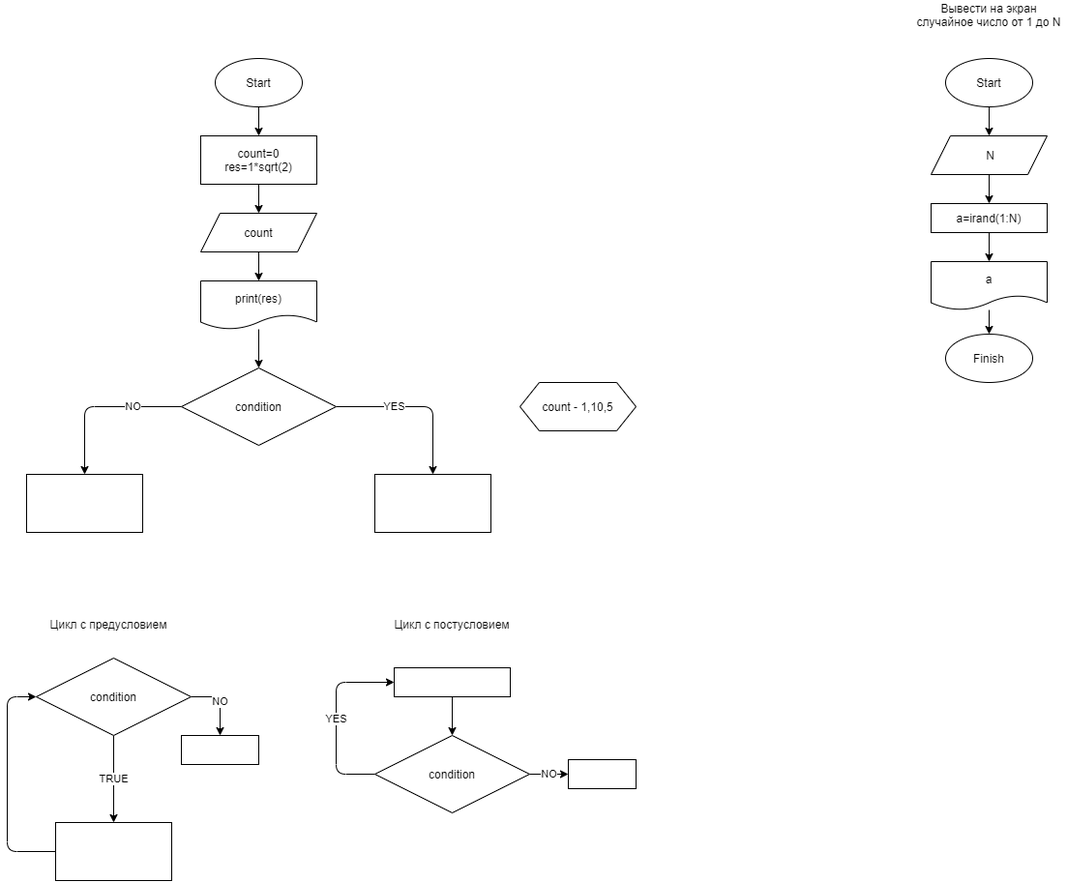
Before: ex000.drawio.png, a diagram exported from draw.io (Svetabtr/Practice). Source tidied: cells renumbered, new cells last; positions are measured from the earlier drawing's top-left corner, leaving out a move shared by most shapes.
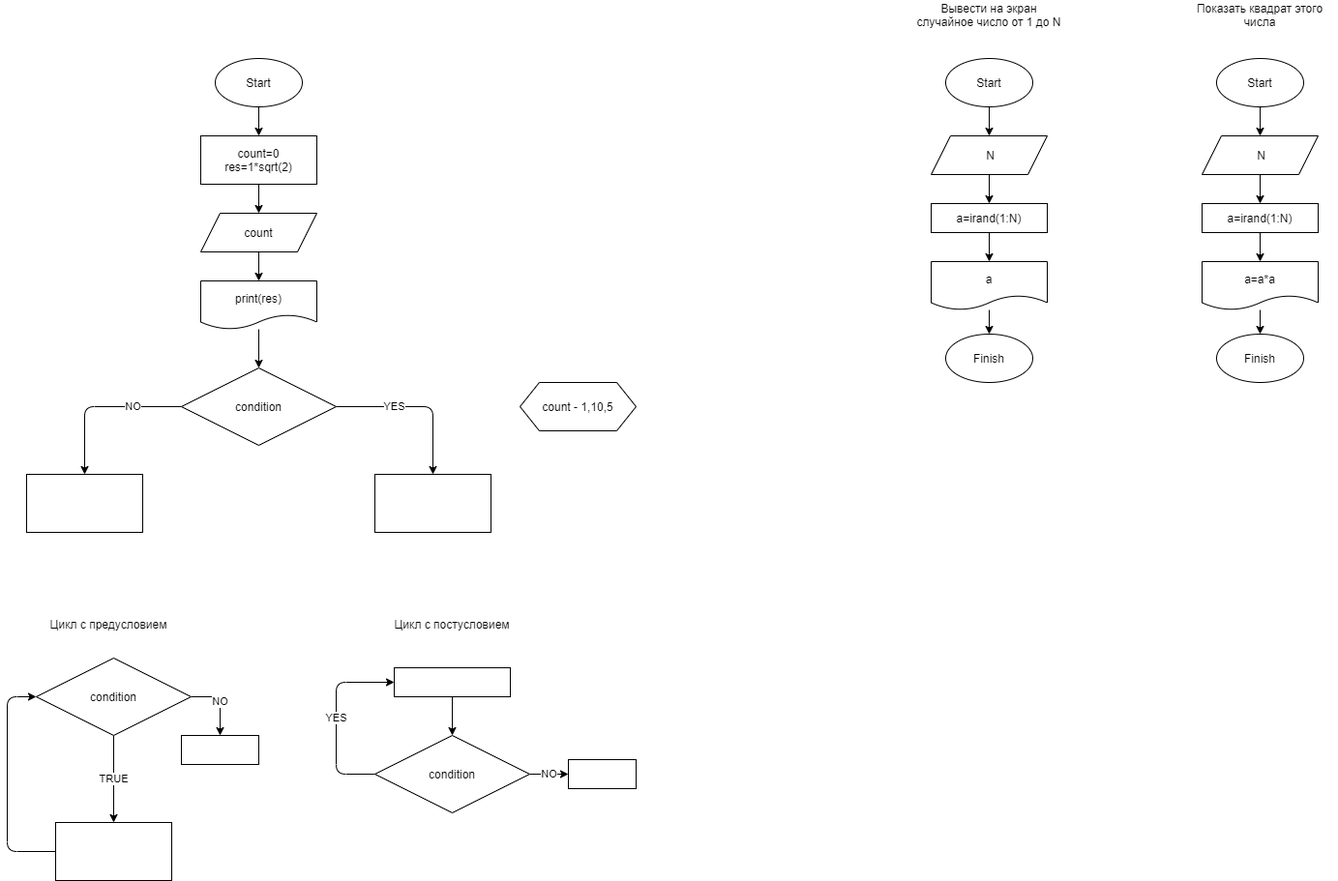
After the change.

The edit, as a diff of the source:
```diff
@@ -138,5 +138,35 @@
     <mxCell id="39" value="Вывести на экран случайное число от 1 до N" style="text;html=1;strokeColor=none;fillColor=none;align=center;verticalAlign=middle;whiteSpace=wrap;rounded=0;" parent="1" vertex="1">
       <mxGeometry x="935" width="160" height="30" as="geometry" />
     </mxCell>
+    <mxCell id="40" value="Показать квадрат этого числа" style="text;html=1;strokeColor=none;fillColor=none;align=center;verticalAlign=middle;whiteSpace=wrap;rounded=0;" parent="1" vertex="1">
+      <mxGeometry x="1215" width="160" height="30" as="geometry" />
+    </mxCell>
+    <mxCell id="41" style="edgeStyle=none;html=1;entryX=0.5;entryY=0;entryDx=0;entryDy=0;" parent="1" edge="1" source="42" target="44">
+      <mxGeometry relative="1" as="geometry" />
+    </mxCell>
+    <mxCell id="42" value="Start" style="ellipse;whiteSpace=wrap;html=1;" parent="1" vertex="1">
+      <mxGeometry x="1250" y="60" width="90" height="50" as="geometry" />
+    </mxCell>
+    <mxCell id="43" style="edgeStyle=none;html=1;" parent="1" edge="1" source="44" target="46">
+      <mxGeometry relative="1" as="geometry" />
+    </mxCell>
+    <mxCell id="44" value="&amp;nbsp;N" style="shape=parallelogram;perimeter=parallelogramPerimeter;whiteSpace=wrap;html=1;fixedSize=1;" parent="1" vertex="1">
+      <mxGeometry x="1235" y="140" width="120" height="40" as="geometry" />
+    </mxCell>
+    <mxCell id="45" style="edgeStyle=none;html=1;" parent="1" edge="1" source="46" target="48">
+      <mxGeometry relative="1" as="geometry" />
+    </mxCell>
+    <mxCell id="46" value="a=irand(1:N)" style="rounded=0;whiteSpace=wrap;html=1;" parent="1" vertex="1">
+      <mxGeometry x="1235" y="210" width="120" height="30" as="geometry" />
+    </mxCell>
+    <mxCell id="47" style="edgeStyle=none;html=1;" parent="1" edge="1" source="48" target="49">
+      <mxGeometry relative="1" as="geometry" />
+    </mxCell>
+    <mxCell id="48" value="a=a*a" style="shape=document;whiteSpace=wrap;html=1;boundedLbl=1;" parent="1" vertex="1">
+      <mxGeometry x="1235" y="270" width="120" height="50" as="geometry" />
+    </mxCell>
+    <mxCell id="49" value="Finish" style="ellipse;whiteSpace=wrap;html=1;" parent="1" vertex="1">
+      <mxGeometry x="1250" y="345" width="90" height="50" as="geometry" />
+    </mxCell>
   </root>
 </mxGraphModel>
```
